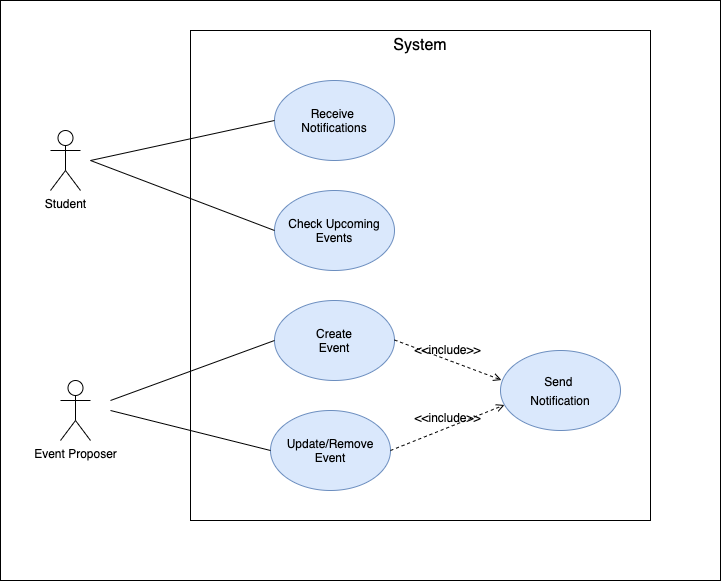
The draw.io diagram images/use-case-diagram.drawio.png in LEIC-ES-2021-22/3LEIC01T1, before a commit. Source tidied: cells renumbered, new cells last; positions are measured from the earlier drawing's top-left corner, leaving out a move shared by most shapes.
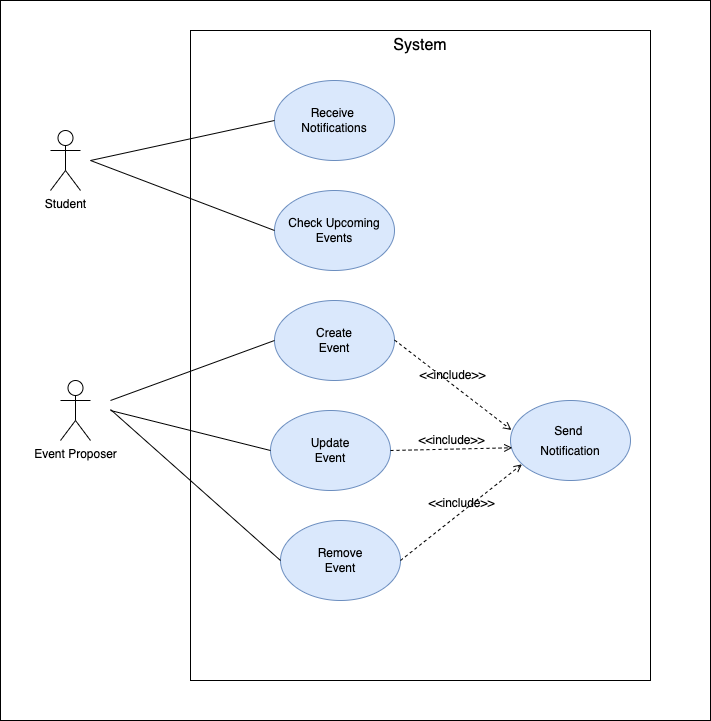
After the change.

Commit message:
modified use case diagram

Change to the diagram source:
```diff
@@ -3,10 +3,10 @@
     <mxCell id="0" />
     <mxCell id="1" parent="0" />
     <mxCell id="2" style="rounded=0;whiteSpace=wrap;html=1;" parent="1" vertex="1">
-      <mxGeometry width="720" height="580" as="geometry" />
+      <mxGeometry width="710" height="720" as="geometry" />
     </mxCell>
     <mxCell id="3" style="rounded=0;whiteSpace=wrap;html=1;" parent="1" vertex="1">
-      <mxGeometry x="190" y="30" width="460" height="490" as="geometry" />
+      <mxGeometry x="190" y="30" width="460" height="650" as="geometry" />
     </mxCell>
     <mxCell id="4" value="Student" style="shape=umlActor;verticalLabelPosition=bottom;verticalAlign=top;html=1;" parent="1" vertex="1">
       <mxGeometry x="50" y="130" width="30" height="60" as="geometry" />
@@ -42,9 +42,9 @@
       <mxGeometry x="390" y="30" width="60" height="30" as="geometry" />
     </mxCell>
     <mxCell id="13" value="&lt;font style=&quot;font-size: 12px&quot;&gt;Send &lt;br&gt;Notification&lt;/font&gt;" style="ellipse;whiteSpace=wrap;html=1;fontSize=16;fillColor=#dae8fc;strokeColor=#6c8ebf;" parent="1" vertex="1">
-      <mxGeometry x="500" y="350" width="120" height="80" as="geometry" />
+      <mxGeometry x="510" y="400" width="120" height="80" as="geometry" />
     </mxCell>
-    <mxCell id="14" value="Update/Remove&lt;br&gt;Event" style="ellipse;whiteSpace=wrap;html=1;fillColor=#dae8fc;strokeColor=#6c8ebf;" parent="1" vertex="1">
+    <mxCell id="14" value="Update&lt;br&gt;Event" style="ellipse;whiteSpace=wrap;html=1;fillColor=#dae8fc;strokeColor=#6c8ebf;" parent="1" vertex="1">
       <mxGeometry x="270" y="410" width="120" height="80" as="geometry" />
     </mxCell>
     <mxCell id="15" style="endArrow=none;html=1;rounded=0;entryX=0;entryY=0.5;entryDx=0;entryDy=0;" parent="1" edge="1" target="14">
@@ -57,8 +57,19 @@
         <mxPoint x="394" y="339.5" as="sourcePoint" />
       </mxGeometry>
     </mxCell>
-    <mxCell id="17" value="&amp;lt;&amp;lt;include&amp;gt;&amp;gt;" style="html=1;verticalAlign=bottom;labelBackgroundColor=none;endArrow=open;endFill=0;dashed=1;rounded=0;fontSize=12;exitX=1;exitY=0.5;exitDx=0;exitDy=0;entryX=0.033;entryY=0.681;entryDx=0;entryDy=0;entryPerimeter=0;" parent="1" edge="1" source="14" target="13">
+    <mxCell id="17" value="&amp;lt;&amp;lt;include&amp;gt;&amp;gt;" style="html=1;verticalAlign=bottom;labelBackgroundColor=none;endArrow=open;endFill=0;dashed=1;rounded=0;fontSize=12;exitX=1;exitY=0.5;exitDx=0;exitDy=0;entryX=0.015;entryY=0.591;entryDx=0;entryDy=0;entryPerimeter=0;" parent="1" edge="1" source="14" target="13">
       <mxGeometry relative="1" as="geometry" />
     </mxCell>
+    <mxCell id="18" value="Remove&lt;br&gt;Event" style="ellipse;whiteSpace=wrap;html=1;fillColor=#dae8fc;strokeColor=#6c8ebf;" parent="1" vertex="1">
+      <mxGeometry x="280" y="520" width="120" height="80" as="geometry" />
+    </mxCell>
+    <mxCell id="19" style="endArrow=none;html=1;rounded=0;exitX=0;exitY=0.5;exitDx=0;exitDy=0;" parent="1" edge="1" source="18">
+      <mxGeometry relative="1" as="geometry">
+        <mxPoint x="110" y="409" as="targetPoint" />
+      </mxGeometry>
+    </mxCell>
+    <mxCell id="20" value="&amp;lt;&amp;lt;include&amp;gt;&amp;gt;" style="html=1;verticalAlign=bottom;labelBackgroundColor=none;endArrow=open;endFill=0;dashed=1;rounded=0;fontSize=12;exitX=1;exitY=0.5;exitDx=0;exitDy=0;entryX=0.095;entryY=0.798;entryDx=0;entryDy=0;entryPerimeter=0;" parent="1" edge="1" source="18" target="13">
+      <mxGeometry relative="1" as="geometry" />
+    </mxCell>
   </root>
 </mxGraphModel>
```
